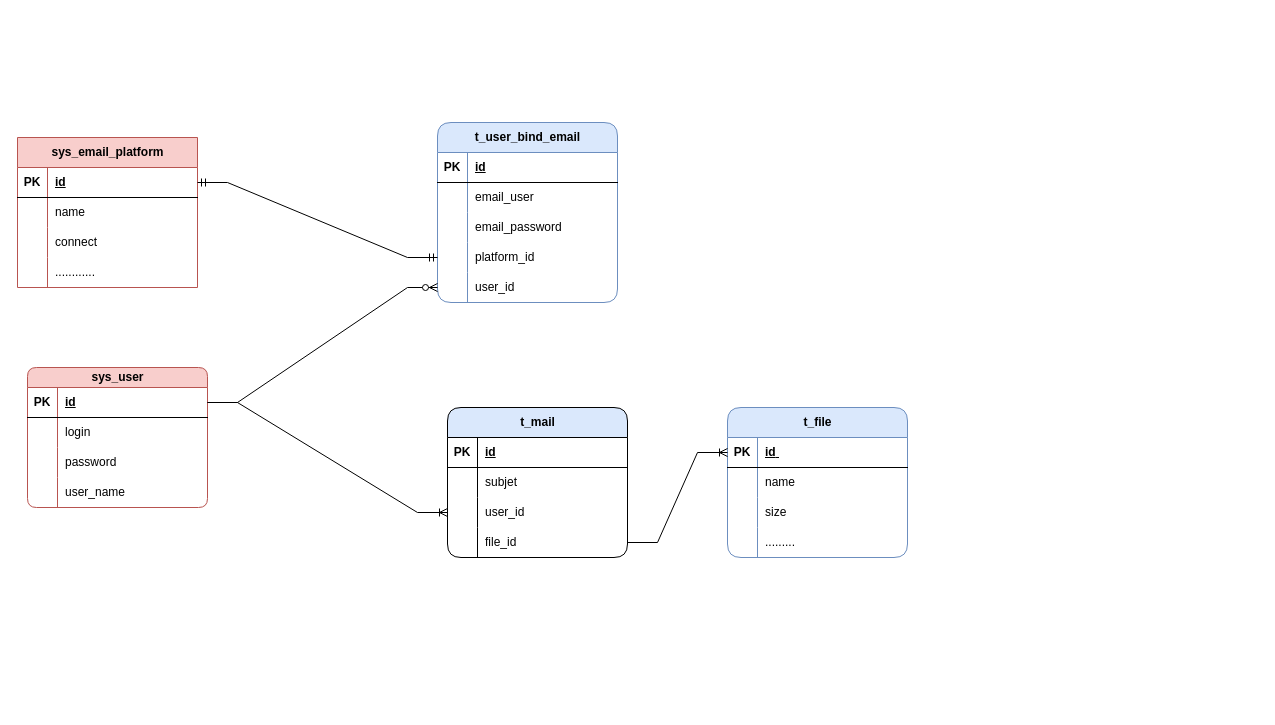
The draw.io diagram Email数据库关系图.drawio in zwd-dy/Counterclockwise-Mail, before the edit. Source tidied: cells renumbered, new cells numbered last; positions are measured from the earlier drawing's top-left corner, leaving out a move shared by most shapes. Both pictures are drawn from the tidied source at 100%, with x=0, y=0 at pixel (17, 122).
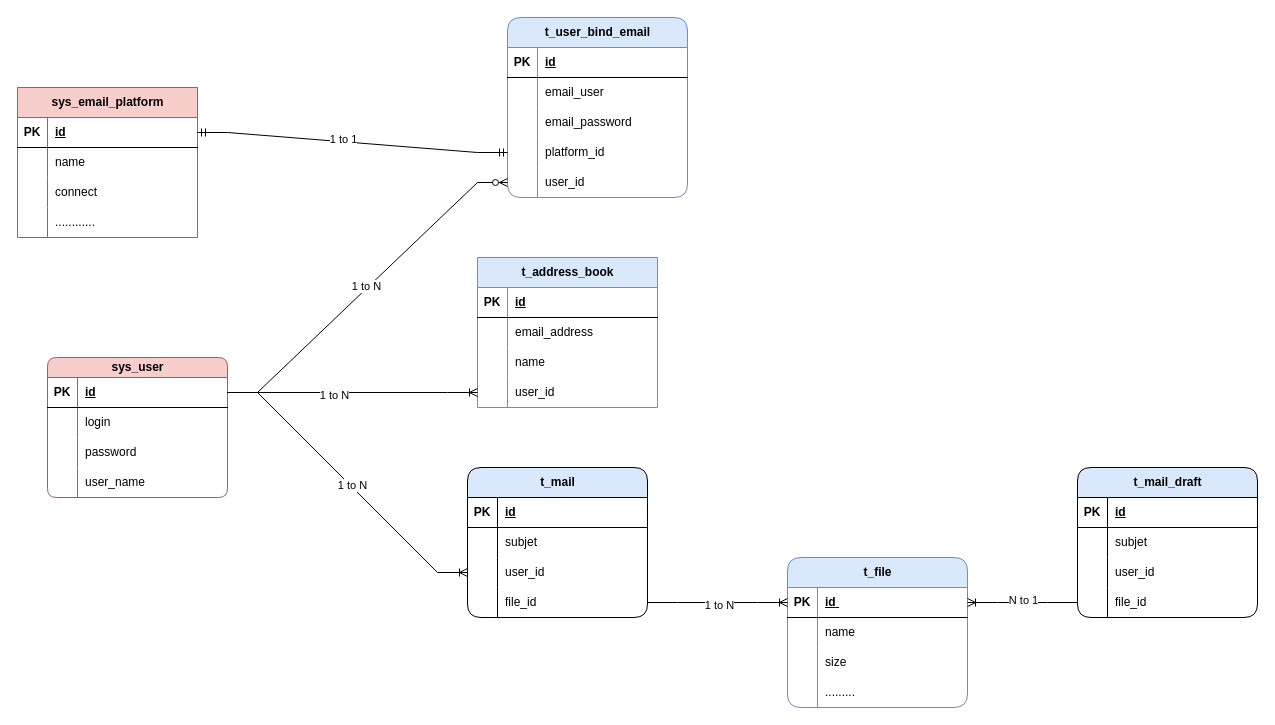
The same page after the edit.

Commit message (it also covers changes not shown here):
更新Email数据库关系图.drawio

The change refers to these unchanged cells:
```xml
<mxCell id="3" style="shape=tableRow;horizontal=0;startSize=0;swimlaneHead=0;swimlaneBody=0;fillColor=none;points=[[0,0.5],[1,0.5]];portConstraint=eastwest;top=0;left=0;right=0;bottom=1;" parent="2" vertex="1">
  <mxGeometry y="20" width="180" height="30" as="geometry" />
</mxCell>
<mxCell id="28" style="edgeStyle=entityRelationEdgeStyle;fontSize=12;html=1;endArrow=ERoneToMany;rounded=0;exitX=1;exitY=0.5;exitDx=0;exitDy=0;" parent="1" edge="1" source="3" target="22">
  <mxGeometry relative="1" as="geometry" />
</mxCell>
<mxCell id="30" style="shape=tableRow;horizontal=0;startSize=0;swimlaneHead=0;swimlaneBody=0;fillColor=none;points=[[0,0.5],[1,0.5]];portConstraint=eastwest;top=0;left=0;right=0;bottom=1;" parent="29" vertex="1">
  <mxGeometry y="30" width="180" height="30" as="geometry" />
</mxCell>
<mxCell id="42" style="edgeStyle=entityRelationEdgeStyle;fontSize=12;html=1;endArrow=ERoneToMany;rounded=0;exitX=1;exitY=0.5;exitDx=0;exitDy=0;" parent="1" edge="1" source="25" target="30">
  <mxGeometry relative="1" as="geometry" />
</mxCell>
<mxCell id="59" style="edgeStyle=entityRelationEdgeStyle;fontSize=12;html=1;endArrow=ERzeroToMany;endFill=1;rounded=0;" parent="1" edge="1" source="3" target="56">
  <mxGeometry relative="1" as="geometry" />
</mxCell>
<mxCell id="73" style="edgeStyle=entityRelationEdgeStyle;fontSize=12;html=1;endArrow=ERmandOne;startArrow=ERmandOne;rounded=0;" parent="1" edge="1" source="61" target="53">
  <mxGeometry relative="1" as="geometry" />
</mxCell>
```

What changed in the source:
```diff
@@
     <mxCell id="2" value="sys_user" style="shape=table;startSize=20;childLayout=tableLayout;rowLines=0;fontStyle=1;align=center;html=1;fillColor=#f8cecc;strokeColor=#b85450;rounded=1;" parent="1" vertex="1">
-      <mxGeometry x="10" y="245" width="180" height="140" as="geometry" />
+      <mxGeometry x="30" y="235" width="180" height="140" as="geometry" />
     </mxCell>
@@
     <mxCell id="15" value="t_mail" style="shape=table;startSize=30;childLayout=tableLayout;rowLines=0;fontStyle=1;align=center;html=1;fillColor=#dae8fc;strokeColor=default;rounded=1;gradientColor=none;swimlaneFillColor=none;" parent="1" vertex="1">
-      <mxGeometry x="430" y="285" width="180" height="150" as="geometry" />
+      <mxGeometry x="450" y="345" width="180" height="150" as="geometry" />
     </mxCell>
@@
+    <mxCell id="74" value="1 to N" style="edgeLabel;html=1;align=center;verticalAlign=middle;" parent="28" vertex="1">
+      <mxGeometry x="0.03" y="1" relative="1" as="geometry" />
+    </mxCell>
     <mxCell id="29" value="t_file" style="shape=table;startSize=30;childLayout=tableLayout;rowLines=0;fontStyle=1;align=center;html=1;fillColor=#dae8fc;strokeColor=#6c8ebf;rounded=1;shadow=0;" parent="1" vertex="1">
-      <mxGeometry x="710" y="285" width="180" height="150" as="geometry" />
+      <mxGeometry x="770" y="435" width="180" height="150" as="geometry" />
     </mxCell>
@@
+    <mxCell id="75" value="1 to N" style="edgeLabel;html=1;align=center;verticalAlign=middle;" parent="42" vertex="1">
+      <mxGeometry x="0.01" y="-2" relative="1" as="geometry" />
+    </mxCell>
     <mxCell id="43" value="t_user_bind_email" style="shape=table;startSize=30;childLayout=tableLayout;rowLines=0;fontStyle=1;align=center;html=1;rounded=1;fillColor=#dae8fc;strokeColor=#6c8ebf;" parent="1" vertex="1">
-      <mxGeometry x="420" width="180" height="180" as="geometry" />
+      <mxGeometry x="490" y="-105" width="180" height="180" as="geometry" />
     </mxCell>
@@
+    <mxCell id="76" value="1 to N" style="edgeLabel;html=1;align=center;verticalAlign=middle;" parent="59" vertex="1">
+      <mxGeometry y="2" relative="1" as="geometry" />
+    </mxCell>
     <mxCell id="60" value="sys_email_platform" style="shape=table;startSize=30;childLayout=tableLayout;rowLines=0;fontStyle=1;align=center;html=1;fillColor=#f8cecc;strokeColor=#b85450;" parent="1" vertex="1">
-      <mxGeometry y="15" width="180" height="150" as="geometry" />
+      <mxGeometry y="-35" width="180" height="150" as="geometry" />
     </mxCell>
@@
+    <mxCell id="77" value="1 to 1" style="edgeLabel;html=1;align=center;verticalAlign=middle;" parent="73" vertex="1">
+      <mxGeometry x="-0.06" y="3" relative="1" as="geometry" />
+    </mxCell>
+    <mxCell id="78" value="t_address_book" style="shape=table;startSize=30;childLayout=tableLayout;rowLines=0;fontStyle=1;align=center;html=1;fillColor=#dae8fc;strokeColor=#6c8ebf;" parent="1" vertex="1">
+      <mxGeometry x="460" y="135" width="180" height="150" as="geometry" />
+    </mxCell>
+    <mxCell id="79" style="shape=tableRow;horizontal=0;startSize=0;swimlaneHead=0;swimlaneBody=0;fillColor=none;top=0;left=0;right=0;bottom=1;" parent="78" vertex="1">
+      <mxGeometry y="30" width="180" height="30" as="geometry" />
+    </mxCell>
+    <mxCell id="80" value="PK" style="shape=partialRectangle;fillColor=none;top=0;left=0;bottom=0;right=0;fontStyle=1;overflow=hidden;whiteSpace=wrap;html=1;" parent="79" vertex="1">
+      <mxGeometry width="30" height="30" as="geometry" />
+    </mxCell>
+    <mxCell id="81" value="id" style="shape=partialRectangle;fillColor=none;top=0;left=0;bottom=0;right=0;align=left;spacingLeft=6;fontStyle=5;overflow=hidden;whiteSpace=wrap;html=1;" parent="79" vertex="1">
+      <mxGeometry x="30" width="150" height="30" as="geometry" />
+    </mxCell>
+    <mxCell id="82" style="shape=tableRow;horizontal=0;startSize=0;swimlaneHead=0;swimlaneBody=0;fillColor=none;top=0;left=0;right=0;bottom=0;" parent="78" vertex="1">
+      <mxGeometry y="60" width="180" height="30" as="geometry" />
+    </mxCell>
+    <mxCell id="83" style="shape=partialRectangle;fillColor=none;top=0;left=0;bottom=0;right=0;overflow=hidden;whiteSpace=wrap;html=1;" parent="82" vertex="1">
+      <mxGeometry width="30" height="30" as="geometry" />
+    </mxCell>
+    <mxCell id="84" value="email_address" style="shape=partialRectangle;fillColor=none;top=0;left=0;bottom=0;right=0;align=left;spacingLeft=6;overflow=hidden;whiteSpace=wrap;html=1;" parent="82" vertex="1">
+      <mxGeometry x="30" width="150" height="30" as="geometry" />
+    </mxCell>
+    <mxCell id="85" style="shape=tableRow;horizontal=0;startSize=0;swimlaneHead=0;swimlaneBody=0;fillColor=none;top=0;left=0;right=0;bottom=0;" parent="78" vertex="1">
+      <mxGeometry y="90" width="180" height="30" as="geometry" />
+    </mxCell>
+    <mxCell id="86" style="shape=partialRectangle;fillColor=none;top=0;left=0;bottom=0;right=0;overflow=hidden;whiteSpace=wrap;html=1;" parent="85" vertex="1">
+      <mxGeometry width="30" height="30" as="geometry" />
+    </mxCell>
+    <mxCell id="87" value="name" style="shape=partialRectangle;fillColor=none;top=0;left=0;bottom=0;right=0;align=left;spacingLeft=6;overflow=hidden;whiteSpace=wrap;html=1;" parent="85" vertex="1">
+      <mxGeometry x="30" width="150" height="30" as="geometry" />
+    </mxCell>
+    <mxCell id="88" style="shape=tableRow;horizontal=0;startSize=0;swimlaneHead=0;swimlaneBody=0;fillColor=none;points=[[0,0.5],[1,0.5]];portConstraint=eastwest;top=0;left=0;right=0;bottom=0;" parent="78" vertex="1">
+      <mxGeometry y="120" width="180" height="30" as="geometry" />
+    </mxCell>
+    <mxCell id="89" style="shape=partialRectangle;fillColor=none;top=0;left=0;bottom=0;right=0;overflow=hidden;whiteSpace=wrap;html=1;" parent="88" vertex="1">
+      <mxGeometry width="30" height="30" as="geometry" />
+    </mxCell>
+    <mxCell id="90" value="user_id" style="shape=partialRectangle;fillColor=none;top=0;left=0;bottom=0;right=0;align=left;spacingLeft=6;overflow=hidden;whiteSpace=wrap;html=1;" parent="88" vertex="1">
+      <mxGeometry x="30" width="150" height="30" as="geometry" />
+    </mxCell>
+    <mxCell id="91" style="edgeStyle=entityRelationEdgeStyle;fontSize=12;html=1;endArrow=ERoneToMany;rounded=0;" parent="1" edge="1" source="3" target="88">
+      <mxGeometry relative="1" as="geometry" />
+    </mxCell>
+    <mxCell id="92" value="1 to N" style="edgeLabel;html=1;align=center;verticalAlign=middle;" parent="91" vertex="1">
+      <mxGeometry x="-0.15" y="-2" relative="1" as="geometry" />
+    </mxCell>
+    <mxCell id="93" value="t_mail_draft" style="shape=table;startSize=30;childLayout=tableLayout;rowLines=0;fontStyle=1;align=center;html=1;fillColor=#dae8fc;strokeColor=default;rounded=1;gradientColor=none;swimlaneFillColor=none;" parent="1" vertex="1">
+      <mxGeometry x="1060" y="345" width="180" height="150" as="geometry" />
+    </mxCell>
+    <mxCell id="94" style="shape=tableRow;horizontal=0;startSize=0;swimlaneHead=0;swimlaneBody=0;fillColor=none;top=0;left=0;right=0;bottom=1;" parent="93" vertex="1">
+      <mxGeometry y="30" width="180" height="30" as="geometry" />
+    </mxCell>
+    <mxCell id="95" value="PK" style="shape=partialRectangle;fillColor=none;top=0;left=0;bottom=0;right=0;fontStyle=1;overflow=hidden;whiteSpace=wrap;html=1;" parent="94" vertex="1">
+      <mxGeometry width="30" height="30" as="geometry" />
+    </mxCell>
+    <mxCell id="96" value="id" style="shape=partialRectangle;fillColor=none;top=0;left=0;bottom=0;right=0;align=left;spacingLeft=6;fontStyle=5;overflow=hidden;whiteSpace=wrap;html=1;" parent="94" vertex="1">
+      <mxGeometry x="30" width="150" height="30" as="geometry" />
+    </mxCell>
+    <mxCell id="97" style="shape=tableRow;horizontal=0;startSize=0;swimlaneHead=0;swimlaneBody=0;fillColor=none;top=0;left=0;right=0;bottom=0;" parent="93" vertex="1">
+      <mxGeometry y="60" width="180" height="30" as="geometry" />
+    </mxCell>
+    <mxCell id="98" style="shape=partialRectangle;fillColor=none;top=0;left=0;bottom=0;right=0;overflow=hidden;whiteSpace=wrap;html=1;" parent="97" vertex="1">
+      <mxGeometry width="30" height="30" as="geometry" />
+    </mxCell>
+    <mxCell id="99" value="subjet" style="shape=partialRectangle;fillColor=none;top=0;left=0;bottom=0;right=0;align=left;spacingLeft=6;overflow=hidden;whiteSpace=wrap;html=1;" parent="97" vertex="1">
+      <mxGeometry x="30" width="150" height="30" as="geometry" />
+    </mxCell>
+    <mxCell id="100" style="shape=tableRow;horizontal=0;startSize=0;swimlaneHead=0;swimlaneBody=0;fillColor=none;top=0;left=0;right=0;bottom=0;" parent="93" vertex="1">
+      <mxGeometry y="90" width="180" height="30" as="geometry" />
+    </mxCell>
+    <mxCell id="101" style="shape=partialRectangle;fillColor=none;top=0;left=0;bottom=0;right=0;overflow=hidden;whiteSpace=wrap;html=1;" parent="100" vertex="1">
+      <mxGeometry width="30" height="30" as="geometry" />
+    </mxCell>
+    <mxCell id="102" value="user_id" style="shape=partialRectangle;fillColor=none;top=0;left=0;bottom=0;right=0;align=left;spacingLeft=6;overflow=hidden;whiteSpace=wrap;html=1;" parent="100" vertex="1">
+      <mxGeometry x="30" width="150" height="30" as="geometry" />
+    </mxCell>
+    <mxCell id="103" style="shape=tableRow;horizontal=0;startSize=0;swimlaneHead=0;swimlaneBody=0;fillColor=none;points=[[0,0.5],[1,0.5]];portConstraint=eastwest;top=0;left=0;right=0;bottom=0;" parent="93" vertex="1">
+      <mxGeometry y="120" width="180" height="30" as="geometry" />
+    </mxCell>
+    <mxCell id="104" style="shape=partialRectangle;fillColor=none;top=0;left=0;bottom=0;right=0;overflow=hidden;whiteSpace=wrap;html=1;" parent="103" vertex="1">
+      <mxGeometry width="30" height="30" as="geometry" />
+    </mxCell>
+    <mxCell id="105" value="file_id" style="shape=partialRectangle;fillColor=none;top=0;left=0;bottom=0;right=0;align=left;spacingLeft=6;overflow=hidden;whiteSpace=wrap;html=1;" parent="103" vertex="1">
+      <mxGeometry x="30" width="150" height="30" as="geometry" />
+    </mxCell>
+    <mxCell id="106" style="edgeStyle=entityRelationEdgeStyle;fontSize=12;html=1;endArrow=ERoneToMany;rounded=0;" parent="1" edge="1" source="103" target="30">
+      <mxGeometry relative="1" as="geometry" />
+    </mxCell>
+    <mxCell id="107" value="N to 1" style="edgeLabel;html=1;align=center;verticalAlign=middle;" parent="106" vertex="1">
+      <mxGeometry y="-3" relative="1" as="geometry" />
+    </mxCell>
```
